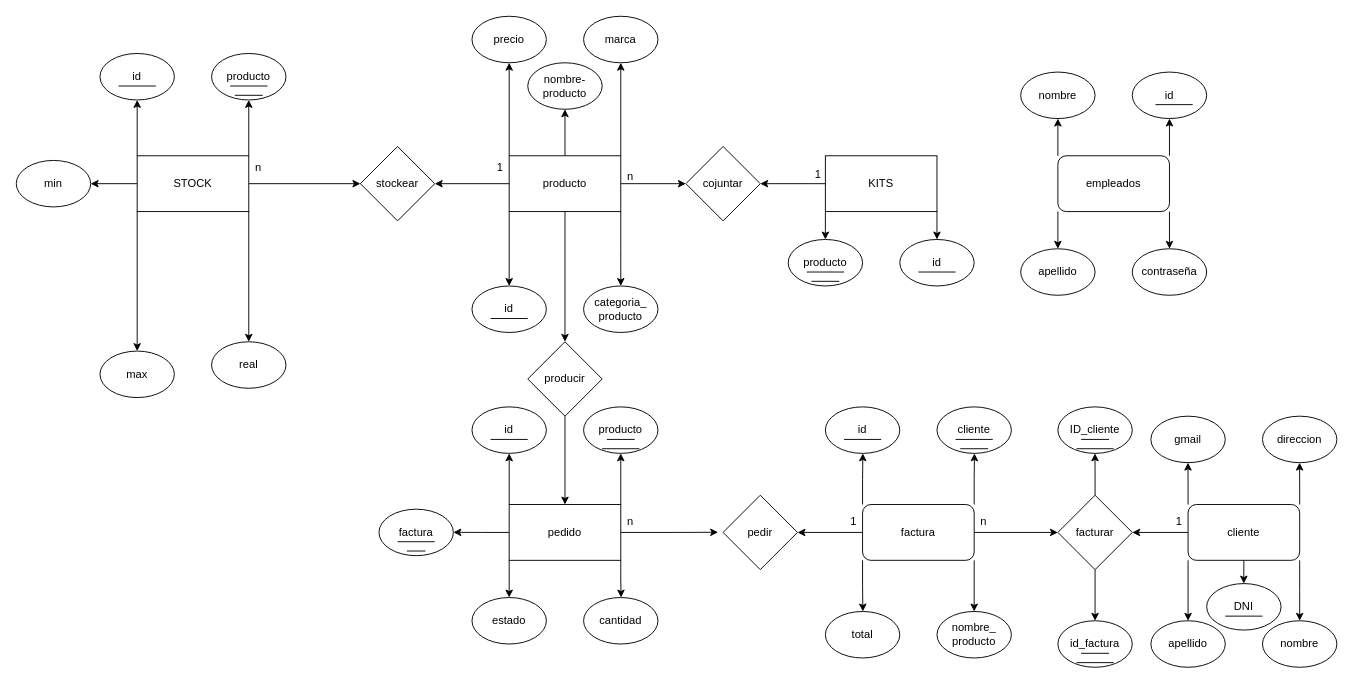
Earlier version of the draw.io diagram DER.drawio (chispamaya/SoftLution-CO). Source tidied: cells renumbered, new cells numbered last; positions are measured from the earlier drawing's top-left corner, leaving out a move shared by most shapes. Both pictures are drawn from the tidied source at 93%, with x=0, y=0 at pixel (16, 16).
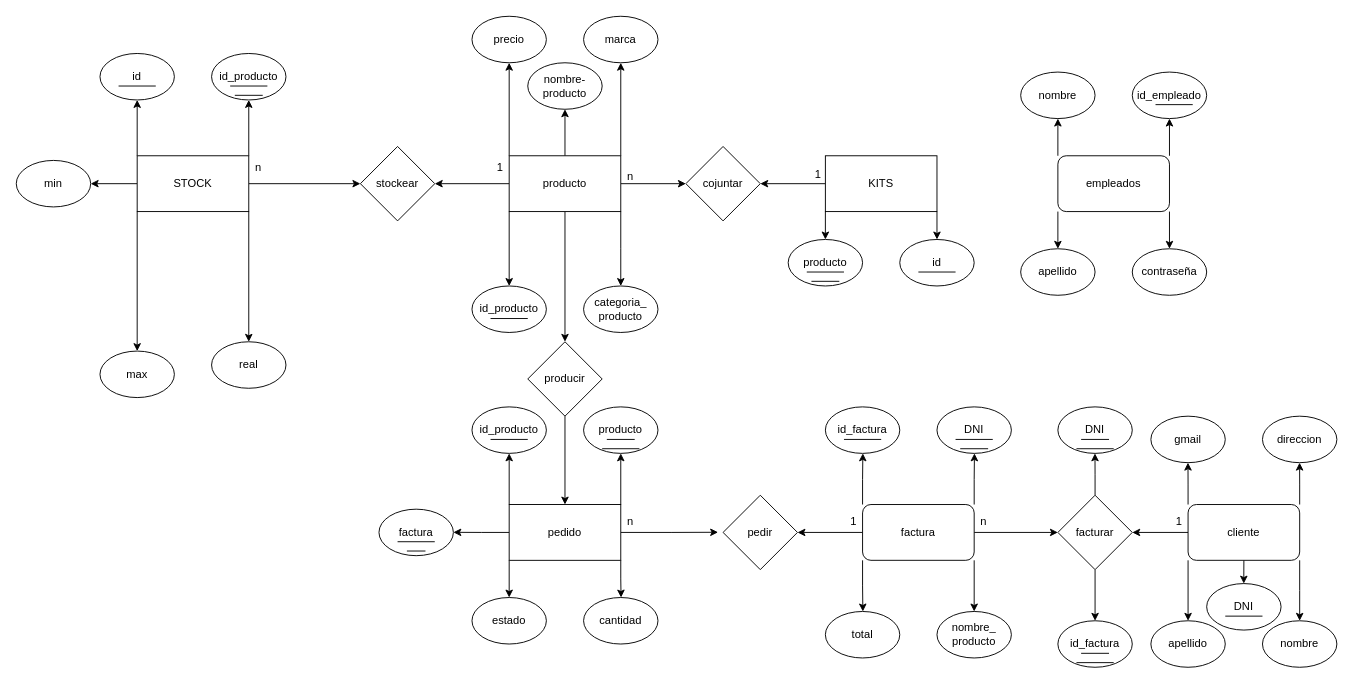
The same page after the edit.

What changed in the source:
```diff
@@
-    <mxCell id="9" value="producto" style="ellipse;whiteSpace=wrap;html=1;" parent="1" vertex="1">
+    <mxCell id="9" value="id_producto" style="ellipse;whiteSpace=wrap;html=1;" parent="1" vertex="1">
       <mxGeometry x="210" y="40" width="80" height="50" as="geometry" />
     </mxCell>
@@
-    <mxCell id="24" value="id" style="ellipse;whiteSpace=wrap;html=1;" parent="1" vertex="1">
+    <mxCell id="24" value="id_producto" style="ellipse;whiteSpace=wrap;html=1;" parent="1" vertex="1">
       <mxGeometry x="490" y="290" width="80" height="50" as="geometry" />
     </mxCell>
@@
-    <mxCell id="54" value="id" style="ellipse;whiteSpace=wrap;html=1;" parent="1" vertex="1">
+    <mxCell id="54" value="id_producto" style="ellipse;whiteSpace=wrap;html=1;" parent="1" vertex="1">
       <mxGeometry x="490" y="420" width="80" height="50" as="geometry" />
     </mxCell>
@@
-    <mxCell id="71" value="cliente" style="ellipse;whiteSpace=wrap;html=1;" parent="1" vertex="1">
+    <mxCell id="71" value="DNI" style="ellipse;whiteSpace=wrap;html=1;" parent="1" vertex="1">
       <mxGeometry x="990" y="420" width="80" height="50" as="geometry" />
     </mxCell>
-    <mxCell id="72" value="id" style="ellipse;whiteSpace=wrap;html=1;" parent="1" vertex="1">
+    <mxCell id="72" value="id_factura" style="ellipse;whiteSpace=wrap;html=1;" parent="1" vertex="1">
       <mxGeometry x="870" y="420" width="80" height="50" as="geometry" />
     </mxCell>
@@
-    <mxCell id="92" value="ID_cliente" style="ellipse;whiteSpace=wrap;html=1;" parent="1" vertex="1">
+    <mxCell id="92" value="DNI" style="ellipse;whiteSpace=wrap;html=1;" parent="1" vertex="1">
       <mxGeometry x="1120" y="420" width="80" height="50" as="geometry" />
     </mxCell>
@@
-    <mxCell id="104" value="id" style="ellipse;whiteSpace=wrap;html=1;" parent="1" vertex="1">
+    <mxCell id="104" value="id_empleado" style="ellipse;whiteSpace=wrap;html=1;" parent="1" vertex="1">
       <mxGeometry x="1200" y="60" width="80" height="50" as="geometry" />
     </mxCell>
```
